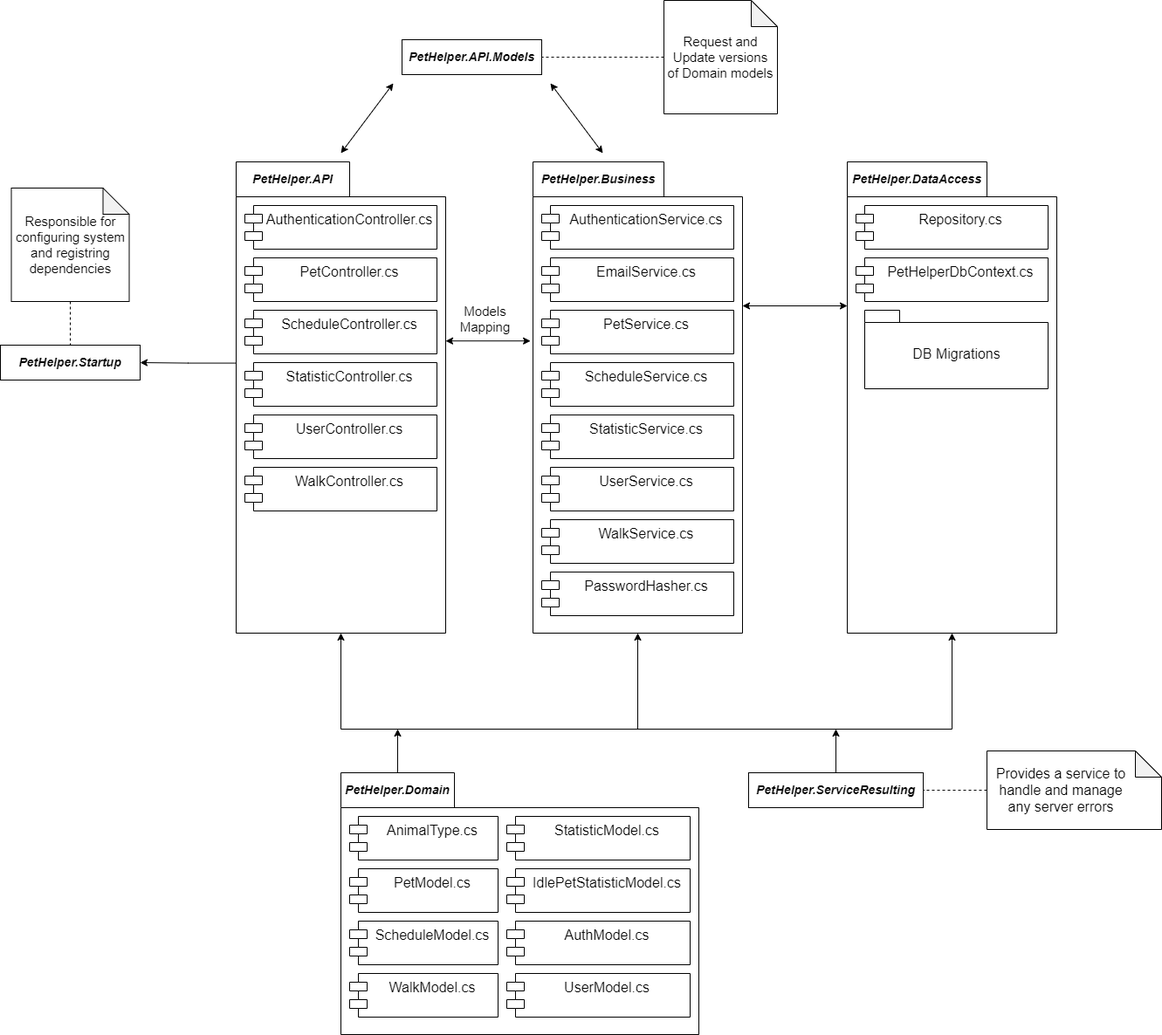
Above: Diagrams/Component diagram.png in KuleshovNikita/PetHelper (draw.io), before the change. Source tidied: cells renumbered, new cells last; positions are measured from the earlier drawing's top-left corner, leaving out a move shared by most shapes.
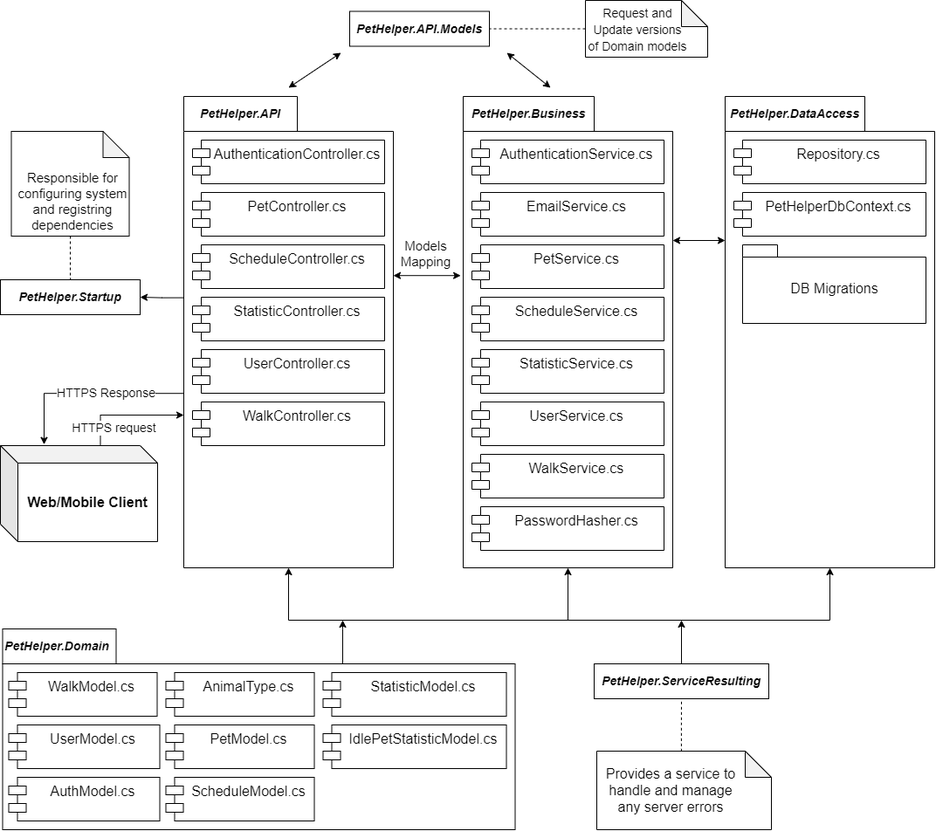
After the commit.

What changed in the source:
```diff
@@ -13,21 +13,29 @@
     <mxCell id="4" style="edgeStyle=orthogonalEdgeStyle;rounded=0;jettySize=auto;html=1;entryX=0.5;entryY=1;entryDx=0;entryDy=0;entryPerimeter=0;fontSize=16;startArrow=classic;startFill=1;endArrow=classic;endFill=1;exitX=0.5;exitY=1;exitDx=0;exitDy=0;exitPerimeter=0;" parent="1" edge="1" source="6" target="31">
       <mxGeometry relative="1" as="geometry">
         <Array as="points">
-          <mxPoint x="390" y="835" />
-          <mxPoint x="1090" y="835" />
+          <mxPoint x="390" y="785" />
+          <mxPoint x="1010" y="785" />
         </Array>
       </mxGeometry>
     </mxCell>
     <mxCell id="5" style="edgeStyle=orthogonalEdgeStyle;rounded=0;jettySize=auto;html=1;entryX=1;entryY=0.5;entryDx=0;entryDy=0;fontSize=16;startArrow=none;startFill=0;endArrow=classic;endFill=1;exitX=0;exitY=0.427;exitDx=0;exitDy=0;exitPerimeter=0;" parent="1" edge="1" source="6" target="53">
       <mxGeometry relative="1" as="geometry" />
     </mxCell>
+    <mxCell id="56" style="edgeStyle=orthogonalEdgeStyle;rounded=0;jettySize=auto;html=1;exitX=0.002;exitY=0.63;exitDx=0;exitDy=0;exitPerimeter=0;entryX=0.28;entryY=-0.012;entryDx=0;entryDy=0;entryPerimeter=0;fontSize=16;" parent="1" edge="1" source="6" target="60">
+      <mxGeometry relative="1" as="geometry">
+        <Array as="points">
+          <mxPoint x="110" y="525" />
+          <mxPoint x="110" y="584" />
+        </Array>
+      </mxGeometry>
+    </mxCell>
     <mxCell id="6" style="shape=folder;fontStyle=1;spacingTop=10;tabWidth=130;tabHeight=40;tabPosition=left;html=1;" parent="1" vertex="1">
       <mxGeometry x="270" y="185" width="240" height="540" as="geometry" />
     </mxCell>
     <mxCell id="7" style="rounded=0;orthogonalLoop=1;jettySize=auto;html=1;fontSize=15;endArrow=classic;endFill=1;startArrow=classic;startFill=1;" parent="1" edge="1">
       <mxGeometry relative="1" as="geometry">
         <mxPoint x="390" y="175" as="sourcePoint" />
-        <mxPoint x="450" y="95" as="targetPoint" />
+        <mxPoint x="450" y="135" as="targetPoint" />
       </mxGeometry>
     </mxCell>
     <mxCell id="8" value="&lt;font style=&quot;font-size: 14px;&quot;&gt;&lt;b&gt;&lt;i&gt;PetHelper.API&lt;/i&gt;&lt;/b&gt;&lt;/font&gt;" style="text;html=1;strokeColor=none;fillColor=none;align=center;verticalAlign=middle;whiteSpace=wrap;rounded=0;" parent="1" vertex="1">
@@ -53,137 +61,167 @@
     </mxCell>
     <mxCell id="15" style="edgeStyle=orthogonalEdgeStyle;rounded=0;jettySize=auto;html=1;fontSize=16;startArrow=classic;startFill=1;endArrow=none;endFill=0;" parent="1" edge="1" source="16">
       <mxGeometry relative="1" as="geometry">
-        <mxPoint x="730" y="835" as="targetPoint" />
+        <mxPoint x="710" y="785" as="targetPoint" />
       </mxGeometry>
     </mxCell>
     <mxCell id="16" style="shape=folder;fontStyle=1;spacingTop=10;tabWidth=150;tabHeight=40;tabPosition=left;html=1;" parent="1" vertex="1">
-      <mxGeometry x="610" y="185" width="240" height="540" as="geometry" />
+      <mxGeometry x="590" y="185" width="240" height="540" as="geometry" />
     </mxCell>
     <mxCell id="17" value="&lt;font style=&quot;font-size: 14px;&quot;&gt;&lt;b&gt;&lt;i&gt;PetHelper.Business&lt;/i&gt;&lt;/b&gt;&lt;/font&gt;" style="text;html=1;strokeColor=none;fillColor=none;align=center;verticalAlign=middle;whiteSpace=wrap;rounded=0;" parent="1" vertex="1">
-      <mxGeometry x="610" y="185" width="150" height="40" as="geometry" />
+      <mxGeometry x="590" y="185" width="150" height="40" as="geometry" />
     </mxCell>
     <mxCell id="18" value="AuthenticationService.cs" style="shape=module;align=left;spacingLeft=20;align=center;verticalAlign=top;fontSize=16;" parent="1" vertex="1">
-      <mxGeometry x="620" y="235" width="220" height="50" as="geometry" />
+      <mxGeometry x="600" y="235" width="220" height="50" as="geometry" />
     </mxCell>
     <mxCell id="19" value="EmailService.cs" style="shape=module;align=left;spacingLeft=20;align=center;verticalAlign=top;fontSize=16;" parent="1" vertex="1">
-      <mxGeometry x="620" y="295" width="220" height="50" as="geometry" />
+      <mxGeometry x="600" y="295" width="220" height="50" as="geometry" />
     </mxCell>
     <mxCell id="20" style="edgeStyle=none;rounded=0;jettySize=auto;html=1;entryX=0;entryY=0;entryDx=0;entryDy=165;entryPerimeter=0;fontSize=16;startArrow=classic;startFill=1;endArrow=classic;endFill=1;exitX=0;exitY=0;exitDx=240.00000000000003;exitDy=165;exitPerimeter=0;" parent="1" edge="1" source="16" target="31">
       <mxGeometry relative="1" as="geometry" />
     </mxCell>
     <mxCell id="21" value="PetService.cs" style="shape=module;align=left;spacingLeft=20;align=center;verticalAlign=top;fontSize=16;" parent="1" vertex="1">
-      <mxGeometry x="620" y="355" width="220" height="50" as="geometry" />
+      <mxGeometry x="600" y="355" width="220" height="50" as="geometry" />
     </mxCell>
     <mxCell id="22" value="ScheduleService.cs" style="shape=module;align=left;spacingLeft=20;align=center;verticalAlign=top;fontSize=16;" parent="1" vertex="1">
-      <mxGeometry x="620" y="415" width="220" height="50" as="geometry" />
+      <mxGeometry x="600" y="415" width="220" height="50" as="geometry" />
     </mxCell>
     <mxCell id="23" value="StatisticService.cs" style="shape=module;align=left;spacingLeft=20;align=center;verticalAlign=top;fontSize=16;" parent="1" vertex="1">
-      <mxGeometry x="620" y="475" width="220" height="50" as="geometry" />
+      <mxGeometry x="600" y="475" width="220" height="50" as="geometry" />
     </mxCell>
     <mxCell id="24" value="UserService.cs" style="shape=module;align=left;spacingLeft=20;align=center;verticalAlign=top;fontSize=16;" parent="1" vertex="1">
-      <mxGeometry x="620" y="535" width="220" height="50" as="geometry" />
+      <mxGeometry x="600" y="535" width="220" height="50" as="geometry" />
     </mxCell>
     <mxCell id="25" value="WalkService.cs" style="shape=module;align=left;spacingLeft=20;align=center;verticalAlign=top;fontSize=16;" parent="1" vertex="1">
-      <mxGeometry x="620" y="595" width="220" height="50" as="geometry" />
+      <mxGeometry x="600" y="595" width="220" height="50" as="geometry" />
     </mxCell>
     <mxCell id="26" value="PasswordHasher.cs" style="shape=module;align=left;spacingLeft=20;align=center;verticalAlign=top;fontSize=16;" parent="1" vertex="1">
-      <mxGeometry x="620" y="655" width="220" height="50" as="geometry" />
+      <mxGeometry x="600" y="655" width="220" height="50" as="geometry" />
     </mxCell>
     <mxCell id="27" style="edgeStyle=orthogonalEdgeStyle;rounded=0;jettySize=auto;html=1;entryX=1;entryY=0.5;entryDx=0;entryDy=0;fontSize=15;endArrow=none;endFill=0;dashed=1;" parent="1" edge="1" source="28" target="29">
       <mxGeometry relative="1" as="geometry" />
     </mxCell>
-    <mxCell id="28" value="Request and Update versions&lt;br&gt;of Domain models" style="shape=note;whiteSpace=wrap;html=1;backgroundOutline=1;darkOpacity=0.05;fontSize=15;" parent="1" vertex="1">
-      <mxGeometry x="760" width="130" height="130" as="geometry" />
+    <mxCell id="28" style="shape=note;whiteSpace=wrap;html=1;backgroundOutline=1;darkOpacity=0.05;fontSize=15;" parent="1" vertex="1">
+      <mxGeometry x="730" y="75" width="140" height="65" as="geometry" />
     </mxCell>
     <mxCell id="29" value="&lt;font style=&quot;font-size: 14px;&quot;&gt;&lt;b&gt;&lt;i&gt;PetHelper.API.Models&lt;/i&gt;&lt;/b&gt;&lt;/font&gt;" style="text;html=1;align=center;verticalAlign=middle;whiteSpace=wrap;rounded=0;strokeColor=default;fillColor=default;" parent="1" vertex="1">
-      <mxGeometry x="460" y="45" width="160" height="40" as="geometry" />
+      <mxGeometry x="460" y="87.5" width="160" height="40" as="geometry" />
     </mxCell>
     <mxCell id="30" style="rounded=0;orthogonalLoop=1;jettySize=auto;html=1;fontSize=15;endArrow=classic;endFill=1;startArrow=classic;startFill=1;" parent="1" edge="1">
       <mxGeometry relative="1" as="geometry">
-        <mxPoint x="630" y="95" as="sourcePoint" />
+        <mxPoint x="640" y="135" as="sourcePoint" />
         <mxPoint x="690" y="175" as="targetPoint" />
       </mxGeometry>
     </mxCell>
     <mxCell id="31" style="shape=folder;fontStyle=1;spacingTop=10;tabWidth=160;tabHeight=40;tabPosition=left;html=1;" parent="1" vertex="1">
-      <mxGeometry x="970" y="185" width="240" height="540" as="geometry" />
+      <mxGeometry x="890" y="185" width="240" height="540" as="geometry" />
     </mxCell>
     <mxCell id="32" value="&lt;font style=&quot;font-size: 14px;&quot;&gt;&lt;b&gt;&lt;i&gt;PetHelper.DataAccess&lt;/i&gt;&lt;/b&gt;&lt;/font&gt;" style="text;html=1;strokeColor=none;fillColor=none;align=center;verticalAlign=middle;whiteSpace=wrap;rounded=0;" parent="1" vertex="1">
-      <mxGeometry x="970" y="185" width="160" height="40" as="geometry" />
+      <mxGeometry x="890" y="185" width="160" height="40" as="geometry" />
     </mxCell>
     <mxCell id="33" value="Repository.cs" style="shape=module;align=left;spacingLeft=20;align=center;verticalAlign=top;fontSize=16;" parent="1" vertex="1">
-      <mxGeometry x="980" y="235" width="220" height="50" as="geometry" />
+      <mxGeometry x="900" y="235" width="220" height="50" as="geometry" />
     </mxCell>
     <mxCell id="34" value="PetHelperDbContext.cs" style="shape=module;align=left;spacingLeft=20;align=center;verticalAlign=top;fontSize=16;" parent="1" vertex="1">
-      <mxGeometry x="980" y="295" width="220" height="50" as="geometry" />
+      <mxGeometry x="900" y="295" width="220" height="50" as="geometry" />
     </mxCell>
     <mxCell id="35" style="edgeStyle=none;rounded=0;orthogonalLoop=1;jettySize=auto;html=1;exitX=0.75;exitY=1;exitDx=0;exitDy=0;fontSize=15;startArrow=classic;startFill=1;endArrow=classic;endFill=1;" parent="1" edge="1" source="34" target="34">
       <mxGeometry relative="1" as="geometry" />
     </mxCell>
     <mxCell id="36" value="&lt;span style=&quot;font-weight: normal;&quot;&gt;&lt;font style=&quot;font-size: 16px;&quot;&gt;DB Migrations&lt;/font&gt;&lt;/span&gt;" style="shape=folder;fontStyle=1;spacingTop=10;tabWidth=40;tabHeight=14;tabPosition=left;html=1;fontSize=15;strokeColor=default;" parent="1" vertex="1">
-      <mxGeometry x="990" y="355" width="210" height="90" as="geometry" />
+      <mxGeometry x="910" y="355" width="210" height="90" as="geometry" />
     </mxCell>
     <mxCell id="37" style="shape=folder;fontStyle=1;spacingTop=10;tabWidth=130;tabHeight=40;tabPosition=left;html=1;" parent="1" vertex="1">
-      <mxGeometry x="390" y="885" width="410" height="300" as="geometry" />
+      <mxGeometry x="62.5" y="795" width="587" height="230" as="geometry" />
     </mxCell>
-    <mxCell id="38" style="edgeStyle=orthogonalEdgeStyle;rounded=0;jettySize=auto;html=1;fontSize=16;startArrow=none;startFill=0;endArrow=classic;endFill=1;" parent="1" edge="1" source="39">
+    <mxCell id="38" style="edgeStyle=orthogonalEdgeStyle;rounded=0;orthogonalLoop=1;jettySize=auto;html=1;fontSize=16;startArrow=none;startFill=0;endArrow=classic;endFill=1;" parent="1" edge="1">
       <mxGeometry relative="1" as="geometry">
-        <mxPoint x="455" y="835" as="targetPoint" />
+        <mxPoint x="452" y="835" as="sourcePoint" />
+        <mxPoint x="452" y="785" as="targetPoint" />
+        <Array as="points">
+          <mxPoint x="452" y="795" />
+        </Array>
       </mxGeometry>
     </mxCell>
     <mxCell id="39" value="&lt;font style=&quot;font-size: 14px;&quot;&gt;&lt;b&gt;&lt;i&gt;PetHelper.Domain&lt;/i&gt;&lt;/b&gt;&lt;/font&gt;" style="text;html=1;strokeColor=none;fillColor=none;align=center;verticalAlign=middle;whiteSpace=wrap;rounded=0;" parent="1" vertex="1">
-      <mxGeometry x="390" y="885" width="130" height="40" as="geometry" />
+      <mxGeometry x="60" y="795" width="130" height="40" as="geometry" />
     </mxCell>
     <mxCell id="40" value="AnimalType.cs" style="shape=module;align=left;spacingLeft=20;align=center;verticalAlign=top;fontSize=16;" parent="1" vertex="1">
-      <mxGeometry x="400" y="935" width="170" height="50" as="geometry" />
+      <mxGeometry x="249.5" y="845" width="170" height="50" as="geometry" />
     </mxCell>
     <mxCell id="41" value="PetModel.cs" style="shape=module;align=left;spacingLeft=20;align=center;verticalAlign=top;fontSize=16;" parent="1" vertex="1">
-      <mxGeometry x="400" y="995" width="170" height="50" as="geometry" />
+      <mxGeometry x="249.5" y="905" width="170" height="50" as="geometry" />
     </mxCell>
     <mxCell id="42" value="ScheduleModel.cs" style="shape=module;align=left;spacingLeft=20;align=center;verticalAlign=top;fontSize=16;" parent="1" vertex="1">
-      <mxGeometry x="400" y="1055" width="170" height="50" as="geometry" />
+      <mxGeometry x="249.5" y="965" width="170" height="50" as="geometry" />
     </mxCell>
     <mxCell id="43" value="WalkModel.cs" style="shape=module;align=left;spacingLeft=20;align=center;verticalAlign=top;fontSize=16;" parent="1" vertex="1">
-      <mxGeometry x="400" y="1115" width="170" height="50" as="geometry" />
+      <mxGeometry x="69.5" y="845" width="170" height="50" as="geometry" />
     </mxCell>
     <mxCell id="44" value="StatisticModel.cs" style="shape=module;align=left;spacingLeft=20;align=center;verticalAlign=top;fontSize=16;" parent="1" vertex="1">
-      <mxGeometry x="580" y="935" width="210" height="50" as="geometry" />
+      <mxGeometry x="429.5" y="845" width="210" height="50" as="geometry" />
     </mxCell>
     <mxCell id="45" value="IdlePetStatisticModel.cs" style="shape=module;align=left;spacingLeft=20;align=center;verticalAlign=top;fontSize=16;" parent="1" vertex="1">
-      <mxGeometry x="580" y="995" width="210" height="50" as="geometry" />
+      <mxGeometry x="429.5" y="905" width="210" height="50" as="geometry" />
     </mxCell>
     <mxCell id="46" value="AuthModel.cs" style="shape=module;align=left;spacingLeft=20;align=center;verticalAlign=top;fontSize=16;" parent="1" vertex="1">
-      <mxGeometry x="580" y="1055" width="210" height="50" as="geometry" />
+      <mxGeometry x="69.5" y="965" width="173" height="50" as="geometry" />
     </mxCell>
     <mxCell id="47" value="UserModel.cs" style="shape=module;align=left;spacingLeft=20;align=center;verticalAlign=top;fontSize=16;" parent="1" vertex="1">
-      <mxGeometry x="580" y="1115" width="210" height="50" as="geometry" />
+      <mxGeometry x="69.5" y="905" width="173" height="50" as="geometry" />
     </mxCell>
-    <mxCell id="48" style="edgeStyle=orthogonalEdgeStyle;rounded=0;jettySize=auto;html=1;fontSize=16;startArrow=none;startFill=0;endArrow=classic;endFill=1;" parent="1" edge="1" source="49">
+    <mxCell id="48" style="edgeStyle=orthogonalEdgeStyle;rounded=0;jettySize=auto;html=1;fontSize=16;startArrow=none;startFill=0;endArrow=classic;endFill=1;exitX=0.5;exitY=0;exitDx=0;exitDy=0;" parent="1" edge="1" source="49">
       <mxGeometry relative="1" as="geometry">
-        <mxPoint x="957" y="835" as="targetPoint" />
+        <mxPoint x="840" y="785" as="targetPoint" />
       </mxGeometry>
     </mxCell>
     <mxCell id="49" value="&lt;font style=&quot;font-size: 14px;&quot;&gt;&lt;b&gt;&lt;i&gt;PetHelper.ServiceResulting&lt;/i&gt;&lt;/b&gt;&lt;/font&gt;" style="text;html=1;strokeColor=default;fillColor=default;align=center;verticalAlign=middle;whiteSpace=wrap;rounded=0;" parent="1" vertex="1">
-      <mxGeometry x="857" y="885" width="200" height="40" as="geometry" />
+      <mxGeometry x="740" y="835" width="200" height="40" as="geometry" />
     </mxCell>
     <mxCell id="50" style="shape=note;whiteSpace=wrap;html=1;backgroundOutline=1;darkOpacity=0.05;fontSize=16;strokeColor=default;fillColor=default;" parent="1" vertex="1">
-      <mxGeometry x="1130" y="860" width="200" height="90" as="geometry" />
+      <mxGeometry x="743" y="935" width="200" height="90" as="geometry" />
     </mxCell>
-    <mxCell id="51" style="edgeStyle=orthogonalEdgeStyle;rounded=0;jettySize=auto;html=1;entryX=1;entryY=0.5;entryDx=0;entryDy=0;fontSize=16;startArrow=none;startFill=0;endArrow=none;endFill=0;dashed=1;" parent="1" edge="1" source="52" target="49">
+    <mxCell id="51" style="edgeStyle=orthogonalEdgeStyle;rounded=0;jettySize=auto;html=1;entryX=0.5;entryY=1;entryDx=0;entryDy=0;fontSize=16;startArrow=none;startFill=0;endArrow=none;endFill=0;dashed=1;exitX=0.57;exitY=0.004;exitDx=0;exitDy=0;exitPerimeter=0;" parent="1" edge="1" source="52" target="49">
       <mxGeometry relative="1" as="geometry" />
     </mxCell>
     <mxCell id="52" value="Provides a service to handle and manage any server errors" style="text;html=1;strokeColor=none;fillColor=none;align=center;verticalAlign=middle;whiteSpace=wrap;rounded=0;fontSize=16;" parent="1" vertex="1">
-      <mxGeometry x="1130" y="860" width="170" height="90" as="geometry" />
+      <mxGeometry x="743" y="935" width="170" height="90" as="geometry" />
     </mxCell>
     <mxCell id="53" value="&lt;font style=&quot;font-size: 14px;&quot;&gt;&lt;b&gt;&lt;i&gt;PetHelper.Startup&lt;/i&gt;&lt;/b&gt;&lt;/font&gt;" style="text;html=1;align=center;verticalAlign=middle;whiteSpace=wrap;rounded=0;strokeColor=default;fillColor=default;" parent="1" vertex="1">
-      <mxGeometry y="395" width="160" height="40" as="geometry" />
+      <mxGeometry x="60" y="395" width="160" height="40" as="geometry" />
     </mxCell>
     <mxCell id="54" style="edgeStyle=orthogonalEdgeStyle;rounded=0;jettySize=auto;html=1;entryX=0.5;entryY=0;entryDx=0;entryDy=0;fontSize=15;endArrow=none;endFill=0;dashed=1;" parent="1" edge="1" source="55">
       <mxGeometry relative="1" as="geometry">
-        <mxPoint x="80" y="395" as="targetPoint" />
+        <mxPoint x="140" y="395" as="targetPoint" />
       </mxGeometry>
     </mxCell>
-    <mxCell id="55" value="Responsible for configuring system and registring dependencies" style="shape=note;whiteSpace=wrap;html=1;backgroundOutline=1;darkOpacity=0.05;fontSize=15;" parent="1" vertex="1">
-      <mxGeometry x="12.5" y="215" width="135" height="130" as="geometry" />
+    <mxCell id="55" style="shape=note;whiteSpace=wrap;html=1;backgroundOutline=1;darkOpacity=0.05;fontSize=15;" parent="1" vertex="1">
+      <mxGeometry x="72.5" y="225" width="135" height="120" as="geometry" />
     </mxCell>
+    <mxCell id="57" style="edgeStyle=orthogonalEdgeStyle;rounded=0;jettySize=auto;html=1;entryX=0;entryY=0.676;entryDx=0;entryDy=0;entryPerimeter=0;fontSize=16;exitX=0.636;exitY=0.011;exitDx=0;exitDy=0;exitPerimeter=0;" parent="1" edge="1" source="60" target="6">
+      <mxGeometry relative="1" as="geometry">
+        <Array as="points">
+          <mxPoint x="175" y="550" />
+        </Array>
+      </mxGeometry>
+    </mxCell>
+    <mxCell id="58" value="HTTPS request" style="edgeLabel;html=1;align=center;verticalAlign=middle;fontSize=14;" parent="57" vertex="1">
+      <mxGeometry x="-0.15" y="1" relative="1" as="geometry">
+        <mxPoint x="-4" y="16" as="offset" />
+      </mxGeometry>
+    </mxCell>
+    <mxCell id="59" value="HTTPS Response" style="edgeLabel;html=1;align=center;verticalAlign=middle;fontSize=14;" parent="57" vertex="1">
+      <mxGeometry x="-0.62" y="-3" relative="1" as="geometry">
+        <mxPoint x="3" y="-36" as="offset" />
+      </mxGeometry>
+    </mxCell>
+    <mxCell id="60" value="&lt;font style=&quot;font-size: 16px;&quot;&gt;&lt;b&gt;Web/Mobile Client&lt;/b&gt;&lt;/font&gt;" style="shape=cube;whiteSpace=wrap;html=1;boundedLbl=1;backgroundOutline=1;darkOpacity=0.05;darkOpacity2=0.1;" parent="1" vertex="1">
+      <mxGeometry x="60" y="585" width="180" height="110" as="geometry" />
+    </mxCell>
+    <mxCell id="61" value="&lt;font style=&quot;font-size: 14px;&quot;&gt;Request and Update versions&lt;br style=&quot;&quot;&gt;of Domain models&lt;/font&gt;" style="text;html=1;strokeColor=none;fillColor=none;align=center;verticalAlign=middle;whiteSpace=wrap;rounded=0;fontSize=16;" parent="1" vertex="1">
+      <mxGeometry x="730" y="83.8" width="120" height="47.5" as="geometry" />
+    </mxCell>
+    <mxCell id="62" value="&lt;span style=&quot;font-size: 15px;&quot;&gt;Responsible for configuring system and registring dependencies&lt;/span&gt;" style="text;html=1;strokeColor=none;fillColor=none;align=center;verticalAlign=middle;whiteSpace=wrap;rounded=0;fontSize=14;" parent="1" vertex="1">
+      <mxGeometry x="77.5" y="265" width="130" height="80" as="geometry" />
+    </mxCell>
   </root>
 </mxGraphModel>
```
